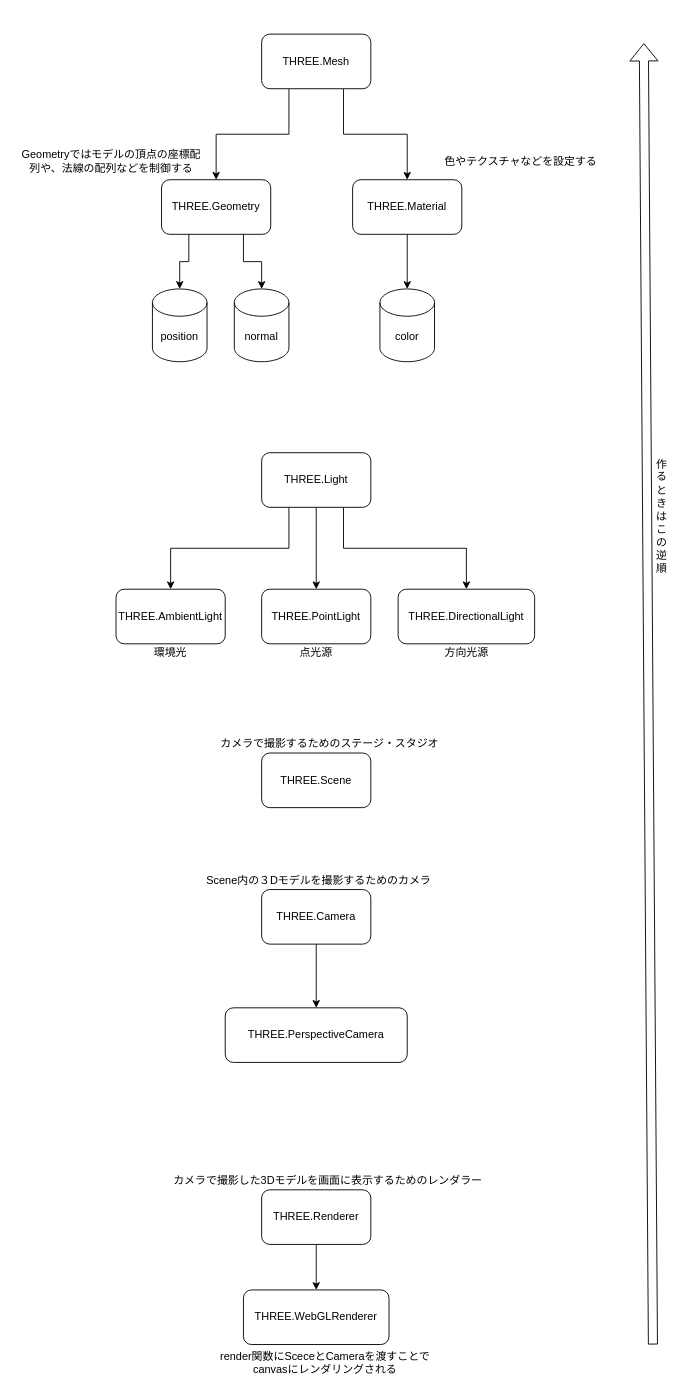
kazuhitonakayama/note keeps this draw.io diagram as three.js/flow.drawio. Above is the earlier version. Source tidied: cells renumbered, new cells numbered last; positions are measured from the earlier drawing's top-left corner, leaving out a move shared by most shapes. Both pictures are drawn from the tidied source at 91%, with x=0, y=0 at pixel (15, 34).
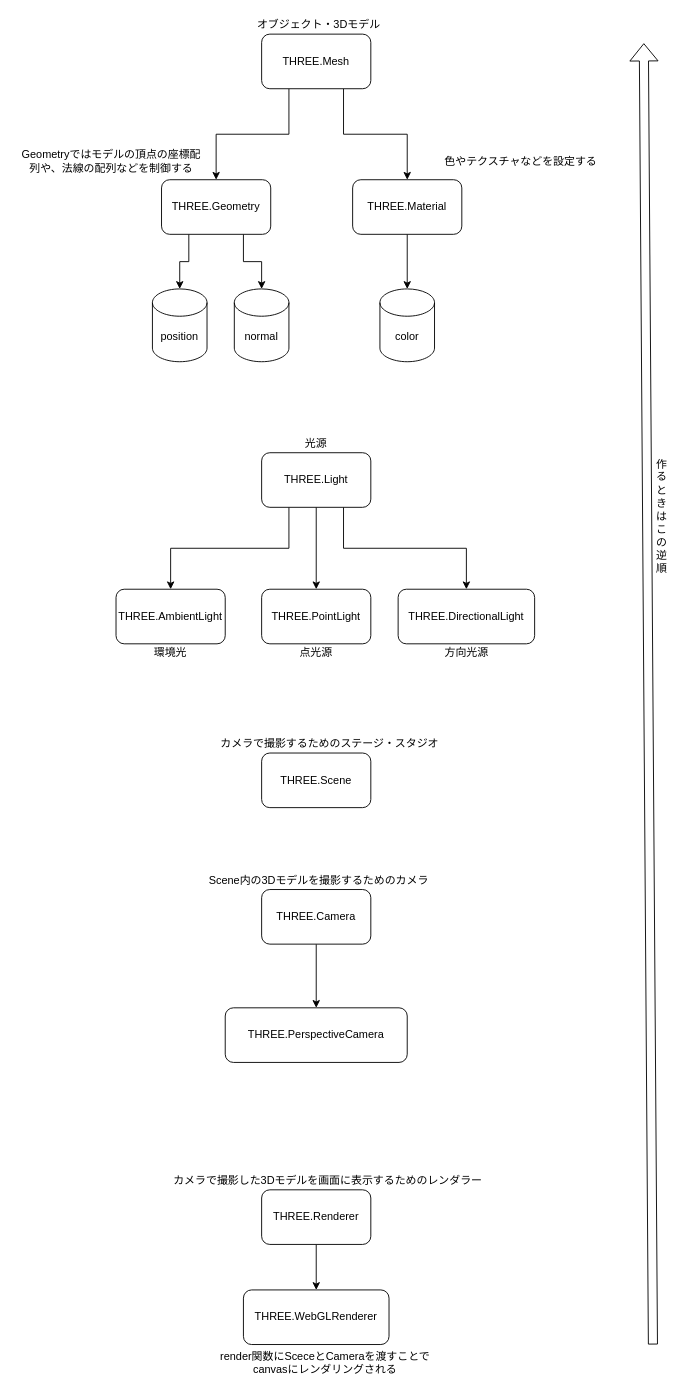
The same page after the edit.

Diff of the diagram source:
```diff
@@
-    <mxCell id="29" value="Scene内の３Dモデルを撮影するためのカメラ" style="text;html=1;strokeColor=none;fillColor=none;align=center;verticalAlign=middle;whiteSpace=wrap;rounded=0;" parent="1" vertex="1">
+    <mxCell id="29" value="Scene内の3Dモデルを撮影するためのカメラ" style="text;html=1;strokeColor=none;fillColor=none;align=center;verticalAlign=middle;whiteSpace=wrap;rounded=0;" parent="1" vertex="1">
       <mxGeometry x="202.5" y="920" width="260" height="20" as="geometry" />
     </mxCell>
@@
+    <mxCell id="38" value="光源" style="text;html=1;strokeColor=none;fillColor=none;align=center;verticalAlign=middle;whiteSpace=wrap;rounded=0;" parent="1" vertex="1">
+      <mxGeometry x="195" y="440" width="270" height="20" as="geometry" />
+    </mxCell>
+    <mxCell id="39" value="オブジェクト・3Dモデル" style="text;html=1;strokeColor=none;fillColor=none;align=center;verticalAlign=middle;whiteSpace=wrap;rounded=0;" parent="1" vertex="1">
+      <mxGeometry x="197.5" y="-20" width="270" height="20" as="geometry" />
+    </mxCell>
```
